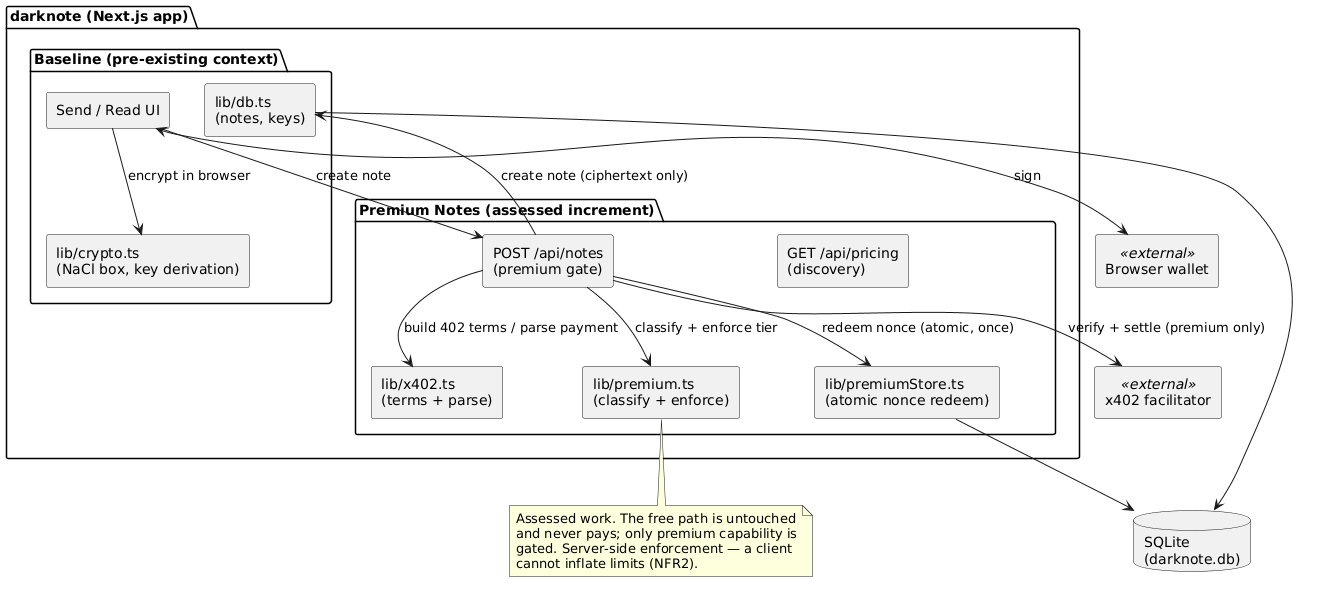
Before: docs/diagrams/architecture.png, a diagram exported from PlantUML (serie77/DarkNote).
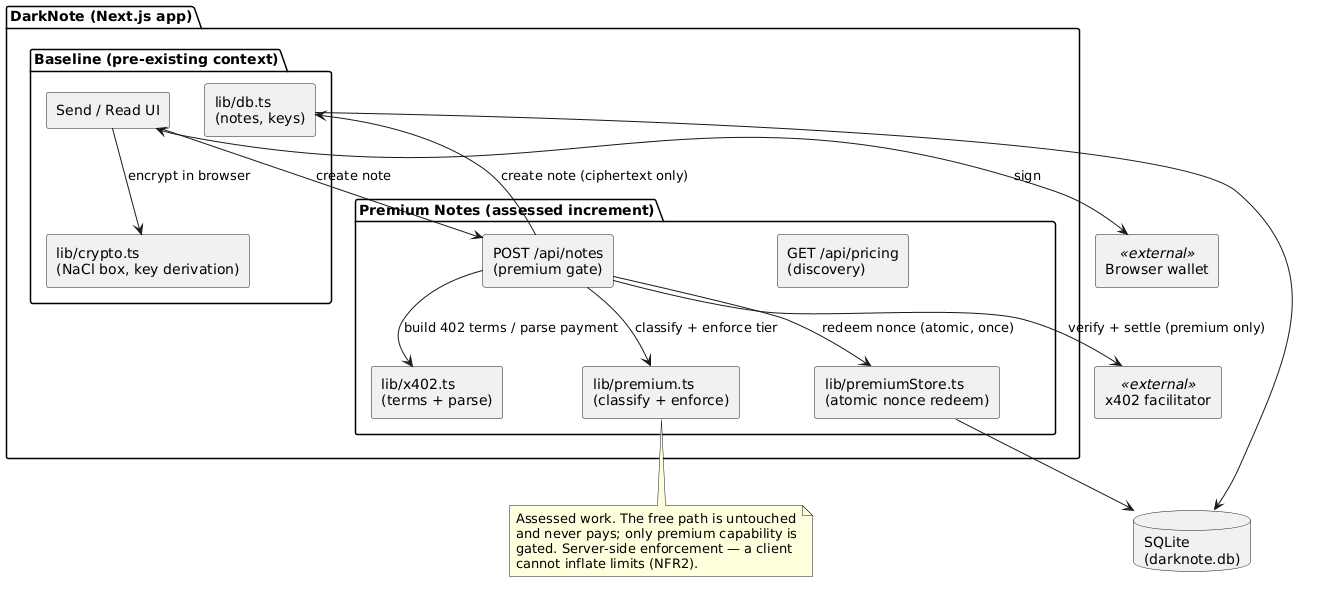
Above is the later version.

Diff of the diagram source:
```diff
@@ -1,7 +1,7 @@
 @startuml
 skinparam componentStyle rectangle
 
-package "darknote (Next.js app)" {
+package "DarkNote (Next.js app)" {
   package "Baseline (pre-existing context)" {
     [Send / Read UI] as UI
     [lib/crypto.ts\n(NaCl box, key derivation)] as Crypto
```
